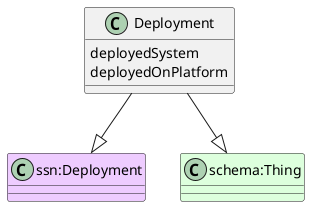
Earlier version of the PlantUML export ttl_uml/ttl_appn_Deployment.png (aus-plant-phenomics-network/appn-schema). Source of this version:
```plantuml
@startuml
class Deployment  #line.bold
class "ssn:Deployment" #EECCFF
Deployment --|> "ssn:Deployment"
class "schema:Thing" #DDFFDD
Deployment --|> "schema:Thing"
class Deployment {
    deployedSystem
}
class Deployment {
    deployedOnPlatform
}
@enduml
```
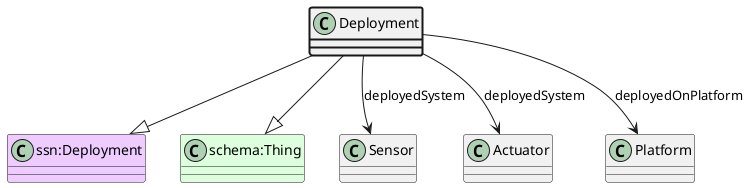
After the change.

The edit, as a diff of the source:
```diff
@@ -4,10 +4,10 @@
 Deployment --|> "ssn:Deployment"
 class "schema:Thing" #DDFFDD
 Deployment --|> "schema:Thing"
-class Deployment {
-    deployedSystem
-}
-class Deployment {
-    deployedOnPlatform
-}
+class Sensor
+Deployment --> Sensor : deployedSystem
+class Actuator
+Deployment --> Actuator : deployedSystem
+class Platform
+Deployment --> Platform : deployedOnPlatform
 @enduml
```
